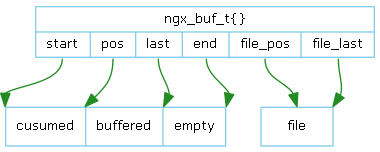
The Graphviz diagram doc/Graph/infrastructure/ngx_buf.png in lingjf/nginx_analyse, before a commit. Its source is kept beside it as doc/Graph/infrastructure/ngx_buf.gv.
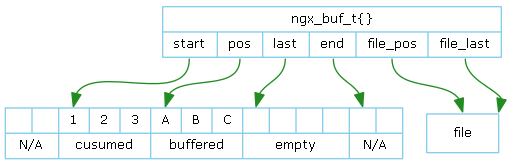
Later version of the same file.

What changed in the source:
```diff
@@ -4,13 +4,17 @@
    edge [color=forestgreen, fontname="Verdana", fontsize=10];
 
    ngx_buf_t [label="{ngx_buf_t\{\}|{<start>start|<pos>pos|<last>last|<end>end|<fpos>file_pos|<flast>file_last}}"];
-   memory [label="<c>cusumed|<b>buffered|<e>empty", height=0.4];
-   ngx_buf_t:start -> memory:c:nw;
-   ngx_buf_t:end -> memory:e:ne;
-   ngx_buf_t:pos -> memory:c:ne;
-   ngx_buf_t:last -> memory:b:ne;
+
+   memory [label="{{|}|N/A}|{{<c1>1|<c2>2|<c3>3}|cusumed}|{{<ba>A|B|C}|buffered}|{{<e1>|||}|empty}|{{<n3>|}|N/A}"];
+
+   ngx_buf_t:start -> memory:c1;
+   ngx_buf_t:end -> memory:n3;
+   ngx_buf_t:pos -> memory:ba;
+   ngx_buf_t:last -> memory:e1;
 
    file [label="file", height=0.4];
    ngx_buf_t:fpos -> file:n;
    ngx_buf_t:flast -> file:ne;
+
+
 }
```
